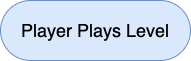
smitbmx/Architecture-Diagrams keeps this draw.io diagram as Communicating Architecture/UML Activity Diagram/Intermediate Activity.png. Above is the earlier version. Source tidied: cells renumbered, new cells last; positions are measured from the earlier drawing's top-left corner, leaving out a move shared by most shapes.
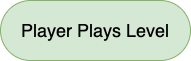
After the commit.

What changed in the source:
```diff
@@ -2,7 +2,7 @@
   <root>
     <mxCell id="0" />
     <mxCell id="1" parent="0" />
-    <mxCell id="2" value="Player Plays Level" style="rounded=1;whiteSpace=wrap;html=1;fontSize=18;strokeWidth=1;fillColor=#dae8fc;strokeColor=#6c8ebf;arcSize=50;" parent="1" vertex="1">
+    <mxCell id="2" value="Player Plays Level" style="rounded=1;whiteSpace=wrap;html=1;fontSize=18;strokeWidth=1;fillColor=#d5e8d4;strokeColor=#82b366;arcSize=50;" parent="1" vertex="1">
       <mxGeometry width="190" height="60" as="geometry" />
     </mxCell>
   </root>
```
